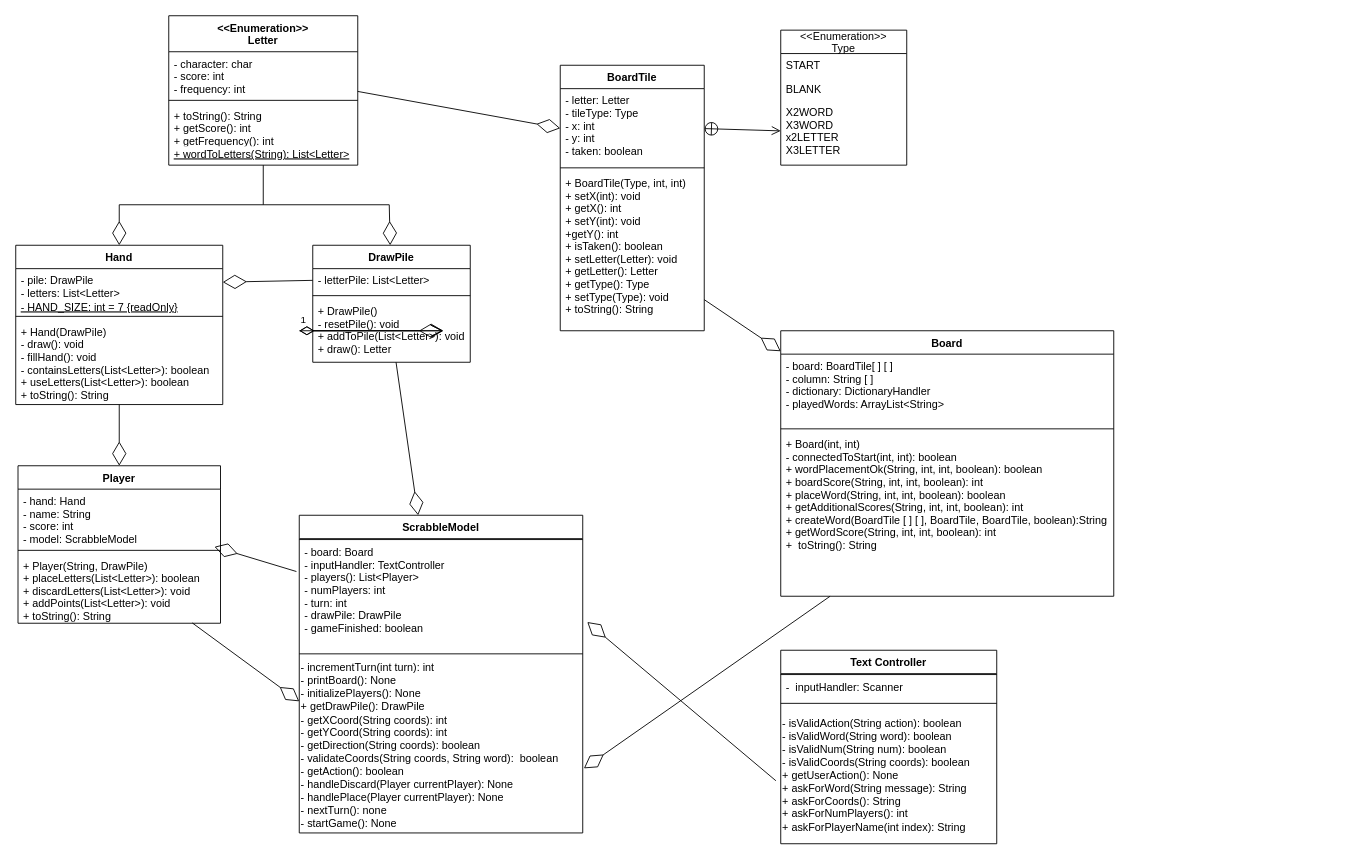
Above: page "Page-1" (1 of 2) of ScuffleClassDiagram.drawio in trk20/Scuffle (draw.io), before the change. Source tidied: cells renumbered, new cells numbered last; positions are measured from the earlier drawing's top-left corner, leaving out a move shared by most shapes. Both pictures are drawn from the tidied source at 90%, with x=0, y=0 at pixel (15, 15).
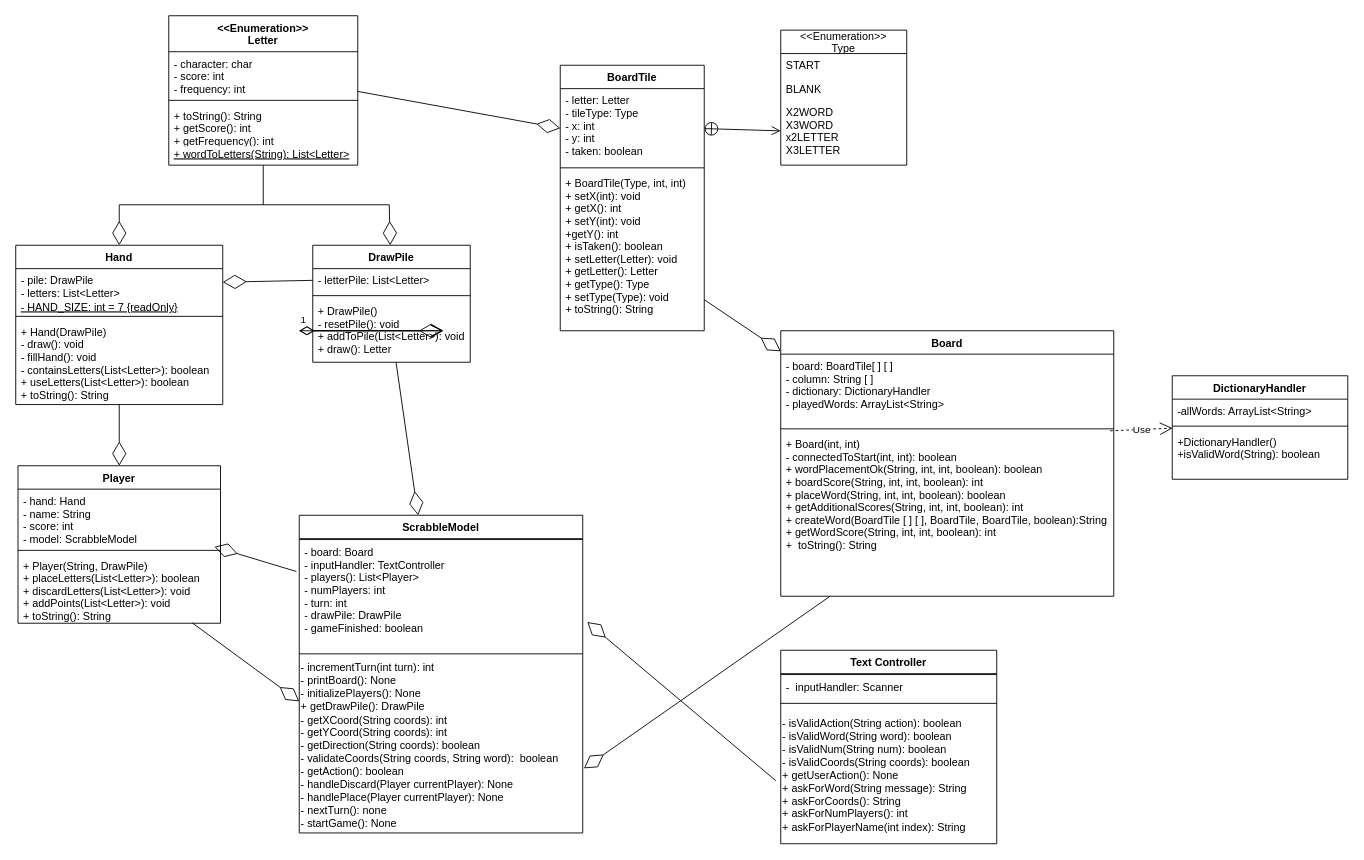
The same page after the edit.

Commit message:
-Added dictionaryHandler to UML -Added sequence diagram for board validation

Unchanged cells that the change refers to:
```xml
<mxCell id="45" value="+ Board(int, int)&#10;- connectedToStart(int, int): boolean&#10;+ wordPlacementOk(String, int, int, boolean): boolean&#10;+ boardScore(String, int, int, boolean): int&#10;+ placeWord(String, int, int, boolean): boolean&#10;+ getAdditionalScores(String, int, int, boolean): int&#10;+ createWord(BoardTile [ ] [ ], BoardTile, BoardTile, boolean):String&#10;+ getWordScore(String, int, int, boolean): int&#10;+  toString(): String&#10;" style="text;strokeColor=none;fillColor=none;align=left;verticalAlign=top;spacingLeft=4;spacingRight=4;overflow=hidden;points=[[0,0.5],[1,0.5]];portConstraint=eastwest;" parent="42" vertex="1">
  <mxGeometry y="113" width="370" height="182" as="geometry" />
</mxCell>
```

The edit, as a diff of the source:
```diff
@@
+    <mxCell id="60" value="DictionaryHandler" style="swimlane;fontStyle=1;align=center;verticalAlign=top;horizontal=1;startSize=26;" parent="1" vertex="1">
+      <mxGeometry x="1285" y="400" width="195" height="115" as="geometry" />
+    </mxCell>
+    <mxCell id="61" value="-allWords: ArrayList&lt;String&gt;" style="text;strokeColor=none;fillColor=none;align=left;verticalAlign=top;spacingLeft=4;spacingRight=4;overflow=hidden;" parent="60" vertex="1">
+      <mxGeometry y="26" width="195" height="26" as="geometry" />
+    </mxCell>
+    <mxCell id="62" style="line;strokeWidth=1;fillColor=none;align=left;verticalAlign=middle;spacingTop=-1;spacingLeft=3;spacingRight=3;labelPosition=right;" parent="60" vertex="1">
+      <mxGeometry y="52" width="195" height="8" as="geometry" />
+    </mxCell>
+    <mxCell id="63" value="+DictionaryHandler()&#10;+isValidWord(String): boolean" style="text;strokeColor=none;fillColor=none;align=left;verticalAlign=top;spacingLeft=4;spacingRight=4;overflow=hidden;points=[[0,0.5],[1,0.5]];portConstraint=eastwest;" parent="60" vertex="1">
+      <mxGeometry y="60" width="195" height="55" as="geometry" />
+    </mxCell>
+    <mxCell id="64" value="Use" style="endArrow=open;endSize=12;dashed=1;html=1;rounded=0;exitX=0.989;exitY=-0.01;exitDx=0;exitDy=0;exitPerimeter=0;entryX=0.002;entryY=-0.032;entryDx=0;entryDy=0;entryPerimeter=0;" parent="1" edge="1" source="45" target="63">
+      <mxGeometry relative="1" as="geometry" />
+    </mxCell>
```
